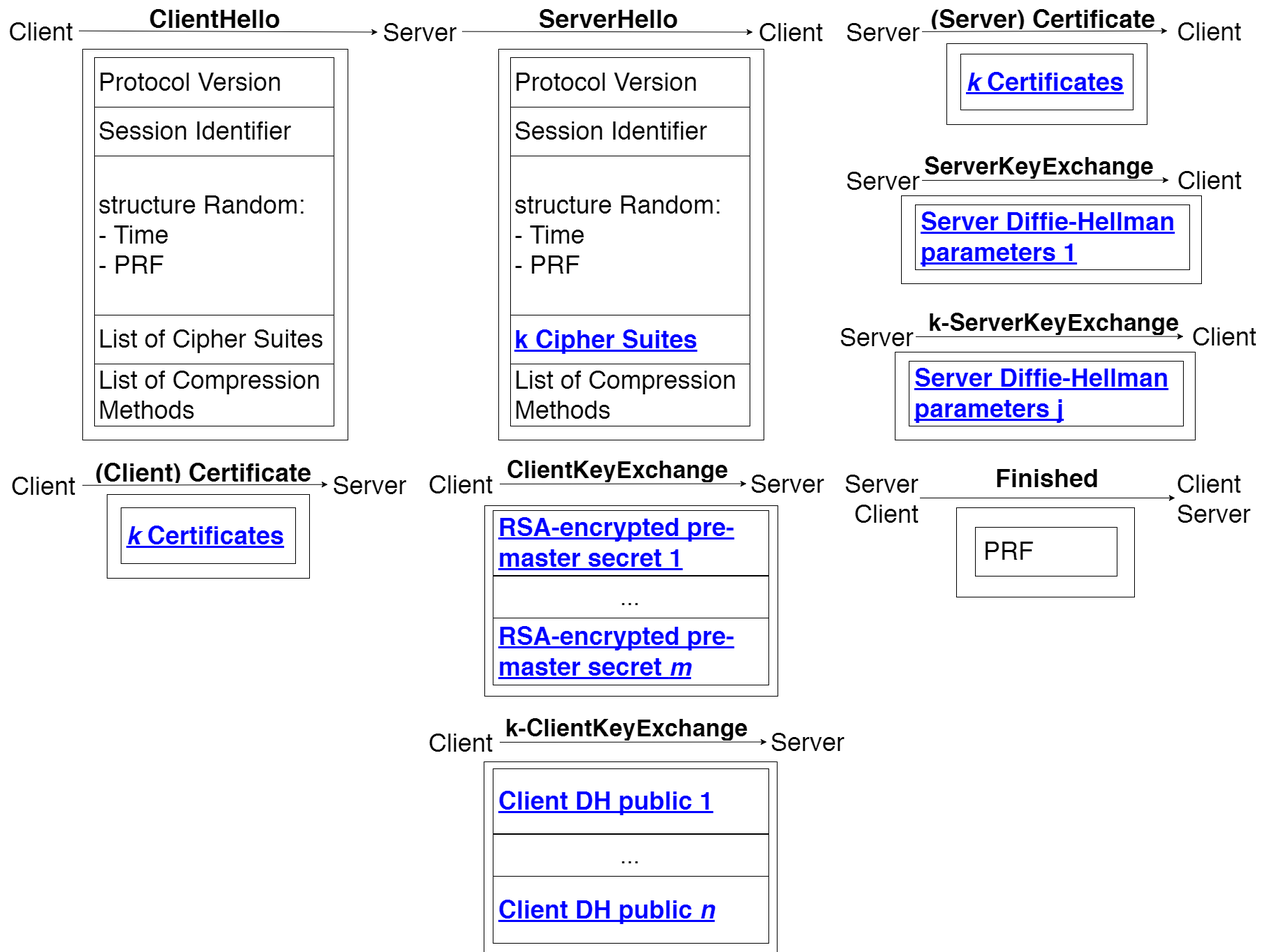
Above: images/superTLS-handshake.png in AndreJoaquim/amj-thesis-acsac-article-istecnico (draw.io), before the change. Source tidied: cells renumbered, new cells last; positions are measured from the earlier drawing's top-left corner, leaving out a move shared by most shapes.
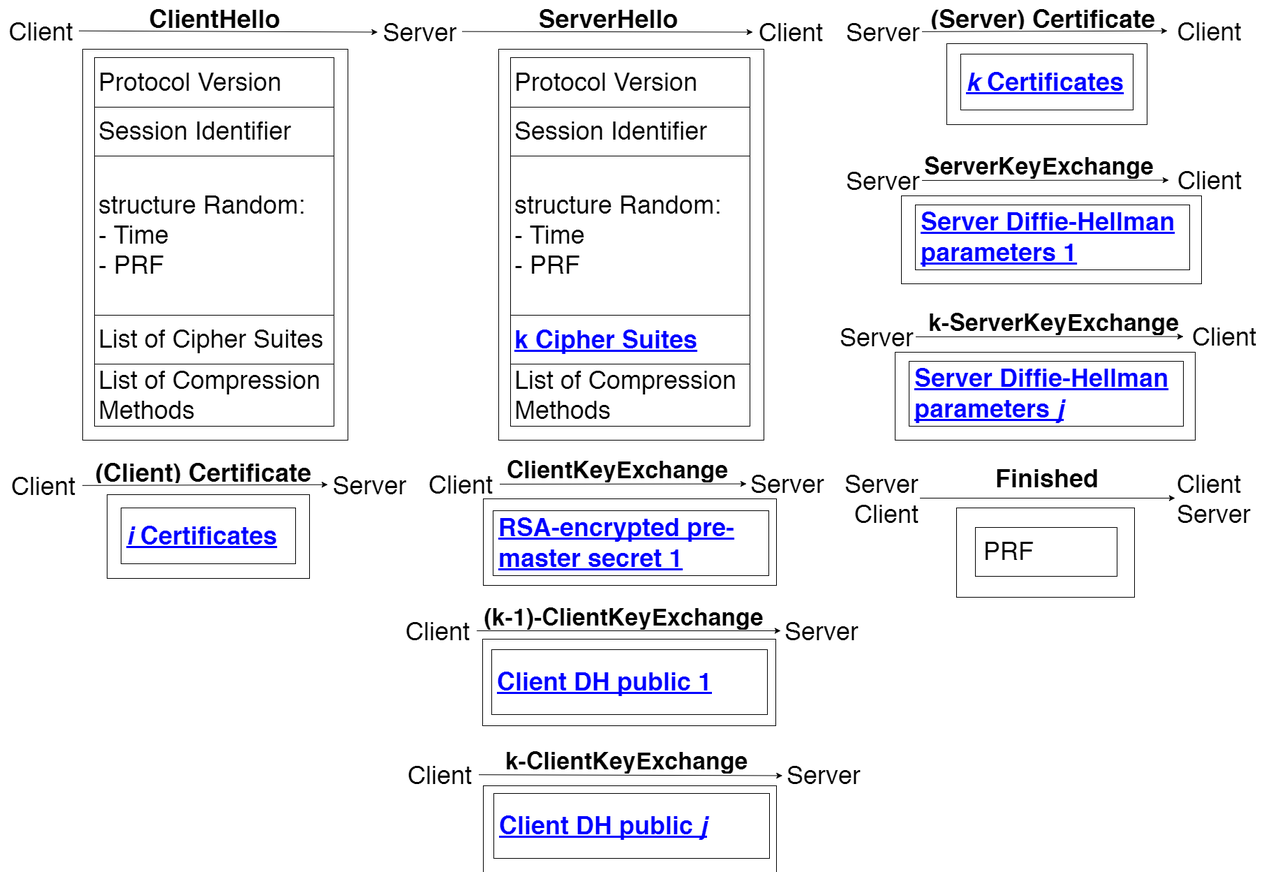
The same file after the commit.

Change to the diagram source:
```diff
@@ -128,7 +128,7 @@
     <mxCell id="43" style="whiteSpace=wrap;html=1;fontSize=36;" parent="1" vertex="1">
       <mxGeometry x="1279" y="501" width="430" height="126" as="geometry" />
     </mxCell>
-    <mxCell id="44" value="&lt;div style=&quot;text-align: left&quot;&gt;&lt;span style=&quot;line-height: 1.2&quot;&gt;&lt;font style=&quot;font-size: 36px&quot;&gt;&lt;u&gt;&lt;b&gt;Server Diffie-Hellman parameters j&lt;/b&gt;&lt;/u&gt;&lt;/font&gt;&lt;/span&gt;&lt;/div&gt;" style="whiteSpace=wrap;html=1;rounded=0;glass=0;strokeColor=#000000;fontFamily=Helvetica;fontSize=36;fontColor=#0000FF;align=left;spacingLeft=6;" parent="1" vertex="1">
+    <mxCell id="44" value="&lt;div style=&quot;text-align: left&quot;&gt;&lt;span style=&quot;line-height: 1.2&quot;&gt;&lt;font style=&quot;font-size: 36px&quot;&gt;&lt;u&gt;&lt;b&gt;Server Diffie-Hellman parameters &lt;i&gt;j&lt;/i&gt;&lt;/b&gt;&lt;/u&gt;&lt;/font&gt;&lt;/span&gt;&lt;/div&gt;" style="whiteSpace=wrap;html=1;rounded=0;glass=0;strokeColor=#000000;fontFamily=Helvetica;fontSize=36;fontColor=#0000FF;align=left;spacingLeft=6;" parent="1" vertex="1">
       <mxGeometry x="1299" y="514" width="393" height="93" as="geometry" />
     </mxCell>
     <mxCell id="45" style="endArrow=classic;html=1;fontSize=36;" parent="1" edge="1" source="46" target="41">
@@ -152,7 +152,7 @@
     <mxCell id="51" style="whiteSpace=wrap;html=1;fontSize=36;" parent="1" vertex="1">
       <mxGeometry x="150" y="705" width="290" height="120" as="geometry" />
     </mxCell>
-    <mxCell id="52" value="&lt;div style=&quot;text-align: left&quot;&gt;&lt;span style=&quot;line-height: 1.2&quot;&gt;&lt;font style=&quot;font-size: 36px&quot;&gt;&lt;u&gt;&lt;i&gt;k&amp;nbsp;&lt;/i&gt;Certificates&lt;/u&gt;&lt;/font&gt;&lt;/span&gt;&lt;/div&gt;" style="whiteSpace=wrap;html=1;rounded=0;glass=0;strokeColor=#000000;fontFamily=Helvetica;fontSize=36;fontColor=#0000FF;align=left;spacingLeft=6;fontStyle=1;" parent="1" vertex="1">
+    <mxCell id="52" value="&lt;div style=&quot;text-align: left&quot;&gt;&lt;span style=&quot;line-height: 1.2&quot;&gt;&lt;font style=&quot;font-size: 36px&quot;&gt;&lt;u&gt;&lt;i&gt;i&amp;nbsp;&lt;/i&gt;Certificates&lt;/u&gt;&lt;/font&gt;&lt;/span&gt;&lt;/div&gt;" style="whiteSpace=wrap;html=1;rounded=0;glass=0;strokeColor=#000000;fontFamily=Helvetica;fontSize=36;fontColor=#0000FF;align=left;spacingLeft=6;fontStyle=1;" parent="1" vertex="1">
       <mxGeometry x="170" y="724" width="250" height="80" as="geometry" />
     </mxCell>
     <mxCell id="53" style="endArrow=classic;html=1;" parent="1" edge="1" source="48" target="49">
@@ -176,44 +176,53 @@
     <mxCell id="59" style="edgeStyle=orthogonalEdgeStyle;rounded=0;html=1;exitX=0.75;exitY=0;entryX=0.75;entryY=0;jettySize=auto;orthogonalLoop=1;fontSize=34;" parent="1" edge="1" source="56" target="56">
       <mxGeometry x="1008" y="744" as="geometry" />
     </mxCell>
-    <mxCell id="60" value="&lt;div style=&quot;text-align: left&quot;&gt;&lt;span style=&quot;line-height: 1.2&quot;&gt;&lt;font style=&quot;font-size: 36px&quot;&gt;&lt;u&gt;&lt;b&gt;RSA-encrypted pre-master secret &lt;i&gt;m&lt;/i&gt;&lt;/b&gt;&lt;/u&gt;&lt;/font&gt;&lt;/span&gt;&lt;/div&gt;" style="whiteSpace=wrap;html=1;rounded=0;glass=0;strokeColor=#000000;fontFamily=Helvetica;fontSize=36;fontColor=#0000FF;align=left;spacingLeft=6;" parent="1" vertex="1">
-      <mxGeometry x="703" y="882" width="395" height="96" as="geometry" />
-    </mxCell>
-    <mxCell id="61" value="&lt;div style=&quot;text-align: center&quot;&gt;&lt;span style=&quot;line-height: 1.2&quot;&gt;...&lt;/span&gt;&lt;/div&gt;" style="whiteSpace=wrap;html=1;labelBackgroundColor=none;strokeColor=#000000;fillColor=none;fontSize=34;align=center;perimeterSpacing=0;" parent="1" vertex="1">
-      <mxGeometry x="703" y="822" width="395" height="60" as="geometry" />
-    </mxCell>
     <mxCell id="62" value="Server" style="text;html=1;strokeColor=none;fillColor=none;align=center;verticalAlign=middle;whiteSpace=wrap;overflow=hidden;fontSize=36;" parent="1" vertex="1">
-      <mxGeometry x="1095" y="1035" width="115" height="49" as="geometry" />
+      <mxGeometry x="1115" y="876" width="115" height="49" as="geometry" />
     </mxCell>
-    <mxCell id="63" value="&lt;font style=&quot;font-size: 34px&quot;&gt;k-ClientKeyExchange&lt;/font&gt;" style="text;html=1;strokeColor=none;fillColor=none;align=center;verticalAlign=middle;whiteSpace=wrap;overflow=hidden;fontSize=36;fontStyle=1;" parent="1" vertex="1">
-      <mxGeometry x="691" y="1015" width="404" height="45" as="geometry" />
+    <mxCell id="63" value="&lt;font style=&quot;font-size: 34px&quot;&gt;(k-1)-ClientKeyExchange&lt;/font&gt;" style="text;html=1;strokeColor=none;fillColor=none;align=center;verticalAlign=middle;whiteSpace=wrap;overflow=hidden;fontSize=36;fontStyle=1;" parent="1" vertex="1">
+      <mxGeometry x="680" y="856" width="420" height="45" as="geometry" />
     </mxCell>
     <mxCell id="64" value="&lt;div style=&quot;text-align: left&quot;&gt;&lt;span style=&quot;line-height: 1.2&quot;&gt;&lt;font style=&quot;font-size: 36px&quot;&gt;&lt;u&gt;&lt;b&gt;Client DH public 1&lt;/b&gt;&lt;/u&gt;&lt;/font&gt;&lt;/span&gt;&lt;/div&gt;" style="whiteSpace=wrap;html=1;rounded=0;glass=0;strokeColor=#000000;fontFamily=Helvetica;fontSize=36;fontColor=#0000FF;align=left;spacingLeft=6;" parent="1" vertex="1">
-      <mxGeometry x="703" y="1098" width="395" height="93" as="geometry" />
+      <mxGeometry x="701" y="927" width="395" height="93" as="geometry" />
     </mxCell>
-    <mxCell id="65" style="endArrow=classic;html=1;fontSize=36;" parent="1" edge="1" source="66" target="62">
-      <mxGeometry x="699" y="1077" as="geometry" />
+    <mxCell id="65" style="endArrow=classic;html=1;fontSize=36;entryX=0;entryY=0.5;" parent="1" edge="1" source="66" target="62">
+      <mxGeometry x="688" y="919" as="geometry" />
     </mxCell>
     <mxCell id="66" value="Client" style="text;html=1;strokeColor=none;fillColor=none;align=center;verticalAlign=middle;whiteSpace=wrap;overflow=hidden;fontSize=36;" parent="1" vertex="1">
-      <mxGeometry x="598" y="1036" width="115" height="48" as="geometry" />
+      <mxGeometry x="565" y="876" width="115" height="48" as="geometry" />
     </mxCell>
     <mxCell id="67" style="edgeStyle=orthogonalEdgeStyle;rounded=0;html=1;exitX=0.75;exitY=0;entryX=0.75;entryY=0;jettySize=auto;orthogonalLoop=1;fontSize=34;" parent="1" edge="1" source="64" target="64">
-      <mxGeometry x="1008" y="1114" as="geometry" />
+      <mxGeometry x="997" y="940" as="geometry" />
     </mxCell>
-    <mxCell id="68" value="&lt;div style=&quot;text-align: left&quot;&gt;&lt;u&gt;&lt;b&gt;Client DH public &lt;i&gt;n&lt;/i&gt;&lt;/b&gt;&lt;/u&gt;&lt;br&gt;&lt;/div&gt;" style="whiteSpace=wrap;html=1;rounded=0;glass=0;strokeColor=#000000;fontFamily=Helvetica;fontSize=36;fontColor=#0000FF;align=left;spacingLeft=6;" parent="1" vertex="1">
-      <mxGeometry x="703" y="1252" width="395" height="96" as="geometry" />
-    </mxCell>
-    <mxCell id="69" value="&lt;div style=&quot;text-align: center&quot;&gt;&lt;span style=&quot;line-height: 1.2&quot;&gt;...&lt;/span&gt;&lt;/div&gt;" style="whiteSpace=wrap;html=1;labelBackgroundColor=none;strokeColor=#000000;fillColor=none;fontSize=34;align=center;perimeterSpacing=0;" parent="1" vertex="1">
-      <mxGeometry x="703" y="1192" width="395" height="60" as="geometry" />
-    </mxCell>
     <mxCell id="70" style="whiteSpace=wrap;html=1;labelBackgroundColor=none;strokeColor=#000000;fillColor=none;fontSize=34;align=center;" parent="1" vertex="1">
-      <mxGeometry x="691" y="721" width="420" height="273" as="geometry" />
+      <mxGeometry x="689" y="711" width="420" height="124" as="geometry" />
     </mxCell>
+    <mxCell id="72" value="&lt;font style=&quot;font-size: 36px&quot;&gt;Server&lt;/font&gt;" style="text;html=1;strokeColor=none;fillColor=none;align=center;verticalAlign=middle;whiteSpace=wrap;overflow=hidden;fontSize=24;" parent="1" vertex="1">
+      <mxGeometry x="537" y="20" width="122" height="43" as="geometry" />
+    </mxCell>
     <mxCell id="71" style="whiteSpace=wrap;html=1;labelBackgroundColor=none;strokeColor=#000000;fillColor=none;fontSize=34;align=center;" parent="1" vertex="1">
-      <mxGeometry x="690" y="1088" width="420" height="273" as="geometry" />
+      <mxGeometry x="688" y="912" width="420" height="124" as="geometry" />
     </mxCell>
-    <mxCell id="72" value="&lt;font style=&quot;font-size: 36px&quot;&gt;Server&lt;/font&gt;" style="text;html=1;strokeColor=none;fillColor=none;align=center;verticalAlign=middle;whiteSpace=wrap;overflow=hidden;fontSize=24;" parent="1" vertex="1">
-      <mxGeometry x="537" y="20" width="122" height="43" as="geometry" />
-    </mxCell>
+    <mxCell id="73" value="Server" style="text;html=1;strokeColor=none;fillColor=none;align=center;verticalAlign=middle;whiteSpace=wrap;overflow=hidden;fontSize=36;" parent="1" vertex="1">
+      <mxGeometry x="1118" y="1082" width="115" height="49" as="geometry" />
+    </mxCell>
+    <mxCell id="74" value="&lt;font style=&quot;font-size: 34px&quot;&gt;k-ClientKeyExchange&lt;/font&gt;" style="text;html=1;strokeColor=none;fillColor=none;align=center;verticalAlign=middle;whiteSpace=wrap;overflow=hidden;fontSize=36;fontStyle=1;" parent="1" vertex="1">
+      <mxGeometry x="683" y="1062" width="420" height="45" as="geometry" />
+    </mxCell>
+    <mxCell id="75" value="&lt;div style=&quot;text-align: left&quot;&gt;&lt;span style=&quot;line-height: 1.2&quot;&gt;&lt;font style=&quot;font-size: 36px&quot;&gt;&lt;u&gt;&lt;b&gt;Client DH public &lt;i&gt;j&lt;/i&gt;&lt;/b&gt;&lt;/u&gt;&lt;/font&gt;&lt;/span&gt;&lt;/div&gt;" style="whiteSpace=wrap;html=1;rounded=0;glass=0;strokeColor=#000000;fontFamily=Helvetica;fontSize=36;fontColor=#0000FF;align=left;spacingLeft=6;" parent="1" vertex="1">
+      <mxGeometry x="704" y="1133" width="395" height="93" as="geometry" />
+    </mxCell>
+    <mxCell id="76" style="endArrow=classic;html=1;fontSize=36;entryX=0;entryY=0.5;" parent="1" edge="1" source="77" target="73">
+      <mxGeometry x="691" y="1125" as="geometry" />
+    </mxCell>
+    <mxCell id="77" value="Client" style="text;html=1;strokeColor=none;fillColor=none;align=center;verticalAlign=middle;whiteSpace=wrap;overflow=hidden;fontSize=36;" parent="1" vertex="1">
+      <mxGeometry x="568" y="1082" width="115" height="48" as="geometry" />
+    </mxCell>
+    <mxCell id="78" style="edgeStyle=orthogonalEdgeStyle;rounded=0;html=1;exitX=0.75;exitY=0;entryX=0.75;entryY=0;jettySize=auto;orthogonalLoop=1;fontSize=34;" parent="1" edge="1" source="75" target="75">
+      <mxGeometry x="1000" y="1146" as="geometry" />
+    </mxCell>
+    <mxCell id="79" style="whiteSpace=wrap;html=1;labelBackgroundColor=none;strokeColor=#000000;fillColor=none;fontSize=34;align=center;" parent="1" vertex="1">
+      <mxGeometry x="689" y="1122" width="420" height="124" as="geometry" />
+    </mxCell>
   </root>
 </mxGraphModel>
```
